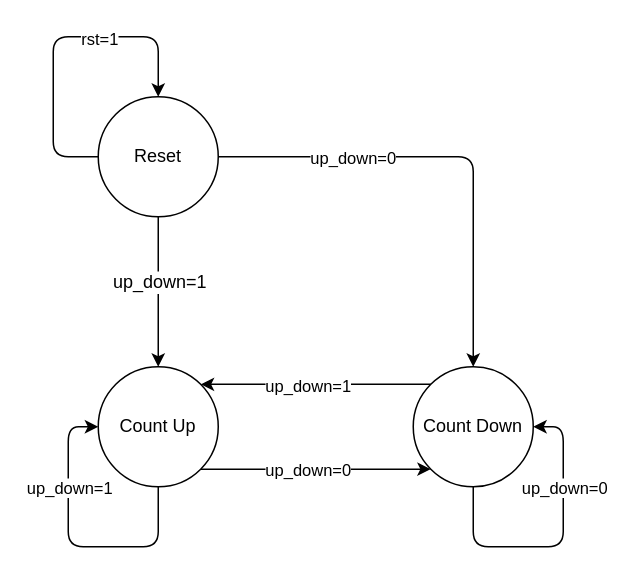
gordonpow/lab_hardware_test keeps this draw.io diagram as 1/FSM.drawio. Above is the earlier version. Source tidied: cells renumbered, new cells numbered last; positions are measured from the earlier drawing's top-left corner, leaving out a move shared by most shapes. Both pictures are drawn from the tidied source at 150%, with x=0, y=0 at pixel (52, 36).
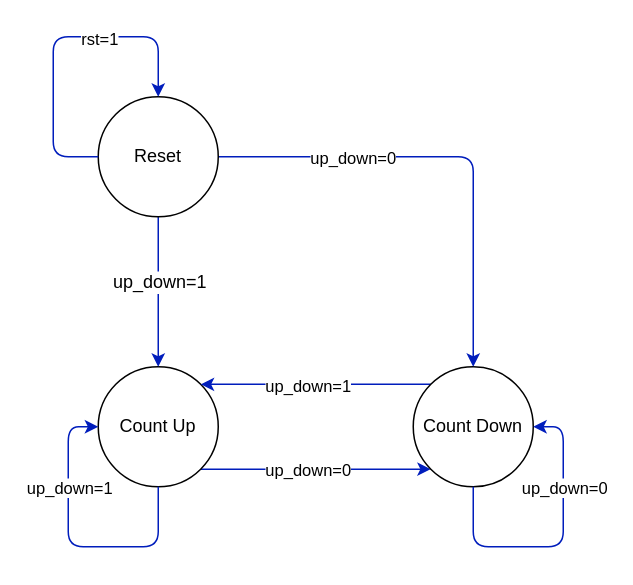
The same page after the edit.

Commit message (it also covers changes not shown here):
fix : Question 1 img_MSC of readme.md

The change refers to these unchanged cells:
```xml
<mxCell id="4" value="Count Up" style="ellipse;whiteSpace=wrap;html=1;" parent="1" vertex="1">
  <mxGeometry x="30" y="220" width="80" height="80" as="geometry" />
</mxCell>
<mxCell id="7" value="Count Down" style="ellipse;whiteSpace=wrap;html=1;" parent="1" vertex="1">
  <mxGeometry x="240" y="220" width="80" height="80" as="geometry" />
</mxCell>
<mxCell id="12" value="Reset" style="ellipse;whiteSpace=wrap;html=1;" parent="1" vertex="1">
  <mxGeometry x="30" y="40" width="80" height="80" as="geometry" />
</mxCell>
```

The edit, as a diff of the source:
```diff
@@
-    <mxCell id="2" style="edgeStyle=none;html=1;exitX=1;exitY=1;exitDx=0;exitDy=0;entryX=0;entryY=1;entryDx=0;entryDy=0;" parent="1" edge="1" source="4" target="7">
+    <mxCell id="2" style="edgeStyle=none;html=1;exitX=1;exitY=1;exitDx=0;exitDy=0;entryX=0;entryY=1;entryDx=0;entryDy=0;fillColor=#0050ef;strokeColor=#001DBC;" parent="1" edge="1" source="4" target="7">
       <mxGeometry relative="1" as="geometry" />
     </mxCell>
@@
-    <mxCell id="5" style="edgeStyle=none;html=1;exitX=0;exitY=0;exitDx=0;exitDy=0;entryX=1;entryY=0;entryDx=0;entryDy=0;" parent="1" edge="1" source="7" target="4">
+    <mxCell id="5" style="edgeStyle=none;html=1;exitX=0;exitY=0;exitDx=0;exitDy=0;entryX=1;entryY=0;entryDx=0;entryDy=0;fillColor=#0050ef;strokeColor=#001DBC;" parent="1" edge="1" source="7" target="4">
       <mxGeometry relative="1" as="geometry" />
     </mxCell>
@@
-    <mxCell id="8" style="edgeStyle=none;html=1;exitX=0.5;exitY=1;exitDx=0;exitDy=0;entryX=0.5;entryY=0;entryDx=0;entryDy=0;" parent="1" edge="1" source="12" target="4">
+    <mxCell id="8" style="edgeStyle=none;html=1;exitX=0.5;exitY=1;exitDx=0;exitDy=0;entryX=0.5;entryY=0;entryDx=0;entryDy=0;fillColor=#0050ef;strokeColor=#001DBC;" parent="1" edge="1" source="12" target="4">
       <mxGeometry relative="1" as="geometry" />
     </mxCell>
@@
-    <mxCell id="10" style="edgeStyle=none;html=1;exitX=1;exitY=0.5;exitDx=0;exitDy=0;entryX=0.5;entryY=0;entryDx=0;entryDy=0;" parent="1" edge="1" source="12" target="7">
+    <mxCell id="10" style="edgeStyle=none;html=1;exitX=1;exitY=0.5;exitDx=0;exitDy=0;entryX=0.5;entryY=0;entryDx=0;entryDy=0;fillColor=#0050ef;strokeColor=#001DBC;" parent="1" edge="1" source="12" target="7">
       <mxGeometry relative="1" as="geometry">
         <Array as="points">
           <mxPoint x="280" y="80" />
         </Array>
       </mxGeometry>
     </mxCell>
@@
-    <mxCell id="13" style="edgeStyle=none;html=1;exitX=0;exitY=0.5;exitDx=0;exitDy=0;entryX=0.5;entryY=0;entryDx=0;entryDy=0;" parent="1" edge="1" source="12" target="12">
+    <mxCell id="13" style="edgeStyle=none;html=1;exitX=0;exitY=0.5;exitDx=0;exitDy=0;entryX=0.5;entryY=0;entryDx=0;entryDy=0;fillColor=#0050ef;strokeColor=#001DBC;" parent="1" edge="1" source="12" target="12">
       <mxGeometry relative="1" as="geometry">
         <Array as="points">
           <mxPoint y="80" />
           <mxPoint />
           <mxPoint x="70" />
         </Array>
       </mxGeometry>
     </mxCell>
@@
-    <mxCell id="15" style="edgeStyle=none;html=1;exitX=0.5;exitY=1;exitDx=0;exitDy=0;entryX=0;entryY=0.5;entryDx=0;entryDy=0;" parent="1" edge="1" source="4" target="4">
+    <mxCell id="15" style="edgeStyle=none;html=1;exitX=0.5;exitY=1;exitDx=0;exitDy=0;entryX=0;entryY=0.5;entryDx=0;entryDy=0;fillColor=#0050ef;strokeColor=#001DBC;" parent="1" edge="1" source="4" target="4">
       <mxGeometry relative="1" as="geometry">
         <Array as="points">
           <mxPoint x="70" y="340" />
           <mxPoint x="10" y="340" />
           <mxPoint x="10" y="260" />
         </Array>
       </mxGeometry>
     </mxCell>
@@
-    <mxCell id="17" style="edgeStyle=none;html=1;exitX=0.5;exitY=1;exitDx=0;exitDy=0;entryX=1;entryY=0.5;entryDx=0;entryDy=0;" parent="1" edge="1" source="7" target="7">
+    <mxCell id="17" style="edgeStyle=none;html=1;exitX=0.5;exitY=1;exitDx=0;exitDy=0;entryX=1;entryY=0.5;entryDx=0;entryDy=0;fillColor=#0050ef;strokeColor=#001DBC;" parent="1" edge="1" source="7" target="7">
       <mxGeometry relative="1" as="geometry">
         <Array as="points">
           <mxPoint x="280" y="340" />
           <mxPoint x="340" y="340" />
           <mxPoint x="340" y="260" />
         </Array>
       </mxGeometry>
     </mxCell>
```
